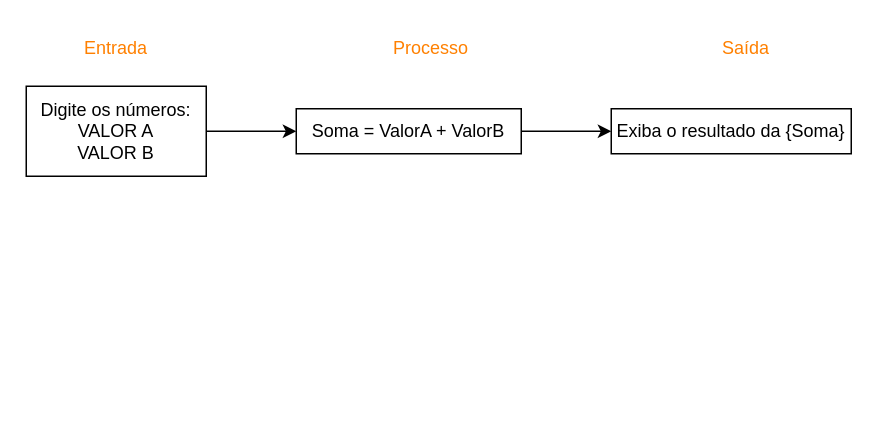
This is Draw_Git/exercicios-pdf1-ciclo1.drawio from Gabrielnbr/Draw, a draw.io file, before an edit. Source tidied: cells renumbered, new cells numbered last; positions are measured from the earlier drawing's top-left corner, leaving out a move shared by most shapes. Both pictures are drawn from the tidied source at 150%, with x=0, y=0 at pixel (26, 26).
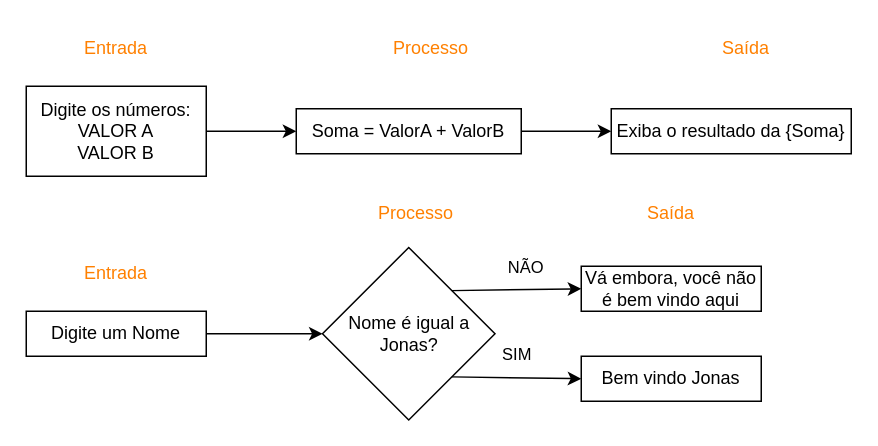
After the change.

Change to the diagram source:
```diff
@@
+    <mxCell id="10" value="&lt;font style=&quot;color: rgb(255, 128, 0);&quot;&gt;Entrada&lt;/font&gt;" style="text;html=1;align=center;verticalAlign=middle;whiteSpace=wrap;rounded=0;" parent="1" vertex="1">
+      <mxGeometry x="30" y="150" width="60" height="30" as="geometry" />
+    </mxCell>
+    <mxCell id="11" style="edgeStyle=orthogonalEdgeStyle;rounded=0;jettySize=auto;html=1;" parent="1" edge="1" source="12" target="13">
+      <mxGeometry relative="1" as="geometry" />
+    </mxCell>
+    <mxCell id="12" value="Digite um Nome" style="rounded=0;whiteSpace=wrap;html=1;fillColor=none;" parent="1" vertex="1">
+      <mxGeometry y="190" width="120" height="30" as="geometry" />
+    </mxCell>
+    <mxCell id="13" value="Nome é igual a Jonas?" style="rhombus;whiteSpace=wrap;html=1;fillColor=none;rounded=0;" parent="1" vertex="1">
+      <mxGeometry x="197.5" y="147.5" width="115" height="115" as="geometry" />
+    </mxCell>
+    <mxCell id="14" value="Bem vindo Jonas" style="rounded=0;whiteSpace=wrap;html=1;fillColor=none;" parent="1" vertex="1">
+      <mxGeometry x="370" y="220" width="120" height="30" as="geometry" />
+    </mxCell>
+    <mxCell id="15" value="Vá embora, você não é bem vindo aqui" style="rounded=0;whiteSpace=wrap;html=1;fillColor=none;" parent="1" vertex="1">
+      <mxGeometry x="370" y="160" width="120" height="30" as="geometry" />
+    </mxCell>
+    <mxCell id="16" style="endArrow=classic;html=1;rounded=0;entryX=0;entryY=0.5;entryDx=0;entryDy=0;exitX=1;exitY=1;exitDx=0;exitDy=0;" parent="1" edge="1" source="13" target="14">
+      <mxGeometry relative="1" as="geometry" />
+    </mxCell>
+    <mxCell id="17" value="SIM" style="edgeLabel;html=1;align=center;verticalAlign=middle;labelBackgroundColor=none;" parent="16" vertex="1">
+      <mxGeometry x="-0.02" y="-3" relative="1" as="geometry">
+        <mxPoint x="1" y="-19" as="offset" />
+      </mxGeometry>
+    </mxCell>
+    <mxCell id="18" style="endArrow=classic;html=1;rounded=0;entryX=0;entryY=0.5;entryDx=0;entryDy=0;exitX=1;exitY=0;exitDx=0;exitDy=0;" parent="1" edge="1" source="13" target="15">
+      <mxGeometry relative="1" as="geometry" />
+    </mxCell>
+    <mxCell id="19" value="NÃO" style="edgeLabel;html=1;align=center;verticalAlign=middle;labelBackgroundColor=none;" parent="18" vertex="1">
+      <mxGeometry x="-0.15" y="-2" relative="1" as="geometry">
+        <mxPoint x="12" y="-17" as="offset" />
+      </mxGeometry>
+    </mxCell>
+    <mxCell id="20" value="&lt;font style=&quot;color: rgb(255, 128, 0);&quot;&gt;Processo&lt;/font&gt;" style="text;html=1;align=center;verticalAlign=middle;whiteSpace=wrap;rounded=0;" parent="1" vertex="1">
+      <mxGeometry x="230" y="110" width="60" height="30" as="geometry" />
+    </mxCell>
+    <mxCell id="21" value="&lt;font style=&quot;color: rgb(255, 128, 0);&quot;&gt;Saída&lt;/font&gt;" style="text;html=1;align=center;verticalAlign=middle;whiteSpace=wrap;rounded=0;" parent="1" vertex="1">
+      <mxGeometry x="400" y="110" width="60" height="30" as="geometry" />
+    </mxCell>
```
